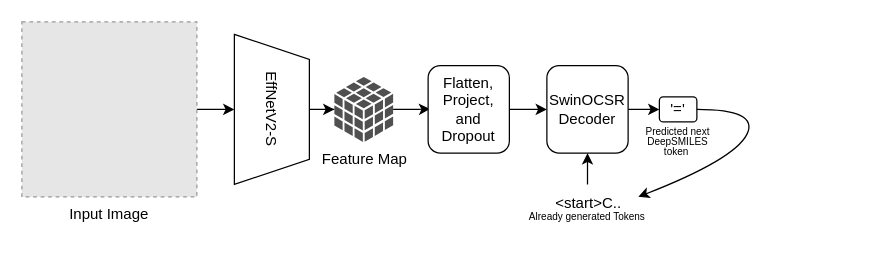
weathon/3d2smile keeps this draw.io diagram as Untitled Diagram.drawio. Above is the earlier version. Source tidied: cells renumbered, new cells numbered last; positions are measured from the earlier drawing's top-left corner, leaving out a move shared by most shapes. Both pictures are drawn from the tidied source at 125%, with x=0, y=0 at pixel (21, 21). Pictures stored in the file or linked from it are replaced by grey dashed boxes.
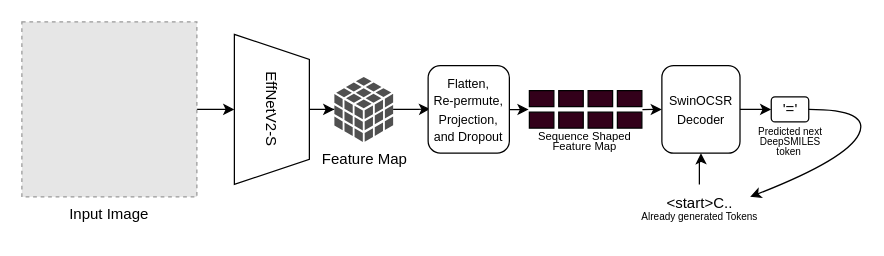
The same page after the edit.

Change to the diagram source:
```diff
@@
-    <mxCell id="8" style="edgeStyle=orthogonalEdgeStyle;rounded=0;jettySize=auto;html=1;" parent="1" edge="1" source="9" target="11">
-      <mxGeometry relative="1" as="geometry" />
-    </mxCell>
+    <mxCell id="18" style="edgeStyle=orthogonalEdgeStyle;rounded=0;jettySize=auto;html=1;entryX=-0.032;entryY=1.178;entryDx=0;entryDy=0;entryPerimeter=0;" parent="1" edge="1" source="9" target="20">
+      <mxGeometry relative="1" as="geometry">
+        <Array as="points">
+          <mxPoint x="400" y="70" />
+        </Array>
+      </mxGeometry>
+    </mxCell>
-    <mxCell id="9" value="Flatten,&lt;div&gt;Project,&lt;/div&gt;&lt;div&gt;and Dropout&lt;/div&gt;" style="rounded=1;whiteSpace=wrap;html=1;" parent="1" vertex="1">
+    <mxCell id="9" value="&lt;div style=&quot;&quot;&gt;&lt;span style=&quot;font-size: 10px;&quot;&gt;Flatten,&lt;/span&gt;&lt;/div&gt;&lt;div style=&quot;&quot;&gt;&lt;span style=&quot;font-size: 10px;&quot;&gt;Re-permute, Projection, and Dropout&lt;/span&gt;&lt;br&gt;&lt;/div&gt;" style="rounded=1;whiteSpace=wrap;html=1;" parent="1" vertex="1">
       <mxGeometry x="325" y="35" width="65" height="70" as="geometry" />
     </mxCell>
     <mxCell id="10" style="edgeStyle=orthogonalEdgeStyle;rounded=0;jettySize=auto;html=1;" parent="1" edge="1" source="11">
       <mxGeometry relative="1" as="geometry">
-        <mxPoint x="510" y="70" as="targetPoint" />
+        <mxPoint x="599.5" y="70" as="targetPoint" />
       </mxGeometry>
     </mxCell>
-    <mxCell id="11" value="SwinOCSR Decoder" style="rounded=1;whiteSpace=wrap;html=1;" parent="1" vertex="1">
-      <mxGeometry x="420" y="35" width="65" height="70" as="geometry" />
+    <mxCell id="11" value="&lt;font style=&quot;font-size: 10px;&quot;&gt;SwinOCSR Decoder&lt;/font&gt;" style="rounded=1;whiteSpace=wrap;html=1;" parent="1" vertex="1">
+      <mxGeometry x="512" y="35" width="62.5" height="70" as="geometry" />
     </mxCell>
@@
     <mxCell id="13" value="&amp;lt;start&amp;gt;C.." style="text;html=1;align=center;verticalAlign=middle;points=[];strokeColor=none;fillColor=none;" parent="1" vertex="1">
-      <mxGeometry x="412.5" y="130" width="80" height="30" as="geometry" />
+      <mxGeometry x="502" y="130" width="80" height="30" as="geometry" />
     </mxCell>
     <mxCell id="14" value="&lt;font style=&quot;font-size: 8px;&quot;&gt;Already generated Tokens&lt;/font&gt;" style="text;html=1;align=center;verticalAlign=middle;whiteSpace=wrap;rounded=0;" parent="1" vertex="1">
-      <mxGeometry x="371.2" y="140" width="162.5" height="30" as="geometry" />
+      <mxGeometry x="460.8" y="140" width="162.5" height="30" as="geometry" />
     </mxCell>
     <mxCell id="15" value="&lt;p style=&quot;line-height: 50%;&quot;&gt;&lt;font style=&quot;font-size: 8px;&quot;&gt;Predicted next DeepSMILES token&lt;/font&gt;&lt;span style=&quot;font-size: 8px; background-color: initial;&quot;&gt;&amp;nbsp;&lt;/span&gt;&lt;/p&gt;" style="text;html=1;align=center;verticalAlign=middle;whiteSpace=wrap;rounded=0;" parent="1" vertex="1">
-      <mxGeometry x="490" y="80" width="70" height="30" as="geometry" />
+      <mxGeometry x="579.5" y="80" width="70" height="30" as="geometry" />
     </mxCell>
     <mxCell id="16" value="'='" style="rounded=1;whiteSpace=wrap;html=1;" parent="1" vertex="1">
-      <mxGeometry x="510" y="60" width="30" height="20" as="geometry" />
+      <mxGeometry x="599.5" y="60" width="30" height="20" as="geometry" />
     </mxCell>
-    <mxCell id="17" style="curved=1;endArrow=classic;html=1;rounded=0;entryX=0.75;entryY=0;entryDx=0;entryDy=0;" parent="1" edge="1" target="14">
+    <mxCell id="17" style="curved=1;endArrow=classic;html=1;rounded=0;entryX=0.75;entryY=0;entryDx=0;entryDy=0;" parent="1" edge="1">
       <mxGeometry relative="1" as="geometry">
-        <mxPoint x="540" y="70" as="sourcePoint" />
+        <mxPoint x="629.5" y="70" as="sourcePoint" />
+        <mxPoint x="582.6" y="140" as="targetPoint" />
         <Array as="points">
-          <mxPoint x="590" y="70" />
-          <mxPoint x="570" y="110" />
+          <mxPoint x="679.5" y="70" />
+          <mxPoint x="659.5" y="110" />
         </Array>
       </mxGeometry>
     </mxCell>
+    <mxCell id="19" style="group;" parent="1" vertex="1">
+      <mxGeometry x="406" y="55" width="90" height="30" as="geometry" />
+    </mxCell>
+    <mxCell id="20" style="rounded=0;whiteSpace=wrap;html=1;fillColor=#33001A;" parent="19" vertex="1">
+      <mxGeometry width="19.6" height="12.8" as="geometry" />
+    </mxCell>
+    <mxCell id="21" style="rounded=0;whiteSpace=wrap;html=1;fillColor=#33001A;" parent="19" vertex="1">
+      <mxGeometry x="23.5" width="19.6" height="12.8" as="geometry" />
+    </mxCell>
+    <mxCell id="22" style="rounded=0;whiteSpace=wrap;html=1;fillColor=#33001A;" parent="19" vertex="1">
+      <mxGeometry x="47" width="19.6" height="12.8" as="geometry" />
+    </mxCell>
+    <mxCell id="23" style="rounded=0;whiteSpace=wrap;html=1;fillColor=#33001A;" parent="19" vertex="1">
+      <mxGeometry x="70.4" width="19.6" height="12.8" as="geometry" />
+    </mxCell>
+    <mxCell id="24" style="rounded=0;whiteSpace=wrap;html=1;fillColor=#33001A;" parent="19" vertex="1">
+      <mxGeometry y="17.2" width="19.6" height="12.8" as="geometry" />
+    </mxCell>
+    <mxCell id="25" style="rounded=0;whiteSpace=wrap;html=1;fillColor=#33001A;" parent="19" vertex="1">
+      <mxGeometry x="23.5" y="17.2" width="19.6" height="12.8" as="geometry" />
+    </mxCell>
+    <mxCell id="26" style="rounded=0;whiteSpace=wrap;html=1;fillColor=#33001A;" parent="19" vertex="1">
+      <mxGeometry x="47" y="17.2" width="19.6" height="12.8" as="geometry" />
+    </mxCell>
+    <mxCell id="27" style="rounded=0;whiteSpace=wrap;html=1;fillColor=#33001A;" parent="19" vertex="1">
+      <mxGeometry x="70.4" y="17.2" width="19.6" height="12.8" as="geometry" />
+    </mxCell>
+    <mxCell id="28" style="endArrow=classic;html=1;rounded=0;exitX=1.023;exitY=-0.161;exitDx=0;exitDy=0;exitPerimeter=0;" parent="1" edge="1" source="27">
+      <mxGeometry relative="1" as="geometry">
+        <mxPoint x="512" y="70" as="targetPoint" />
+      </mxGeometry>
+    </mxCell>
+    <mxCell id="29" value="&lt;font style=&quot;font-size: 9px;&quot;&gt;Sequence Shaped&lt;/font&gt;&lt;div style=&quot;font-size: 9px; line-height: 50%;&quot;&gt;&lt;font style=&quot;font-size: 9px;&quot;&gt;Feature Map&lt;/font&gt;&lt;/div&gt;" style="text;html=1;align=center;verticalAlign=middle;strokeColor=none;fillColor=none;" parent="1" vertex="1">
+      <mxGeometry x="400" y="78" width="100" height="30" as="geometry" />
+    </mxCell>
```
